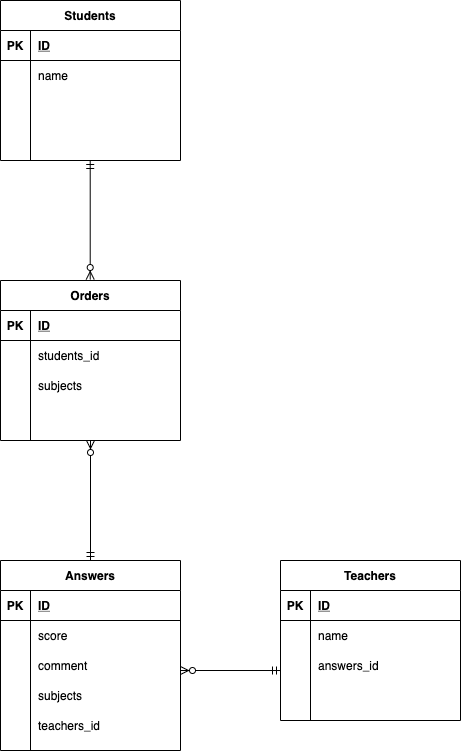
pcrmckp/table_design keeps this draw.io diagram as index.drawio.png. Above is the earlier version. Source tidied: cells renumbered, new cells last; positions are measured from the earlier drawing's top-left corner, leaving out a move shared by most shapes.
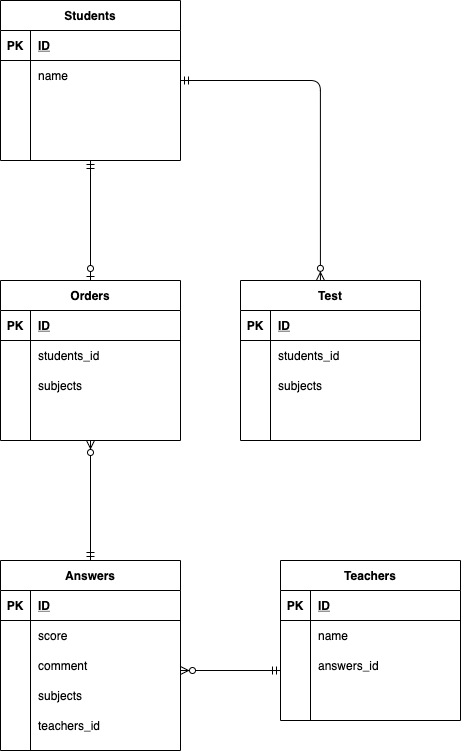
After the change.

Change to the diagram source:
```diff
@@ -167,12 +167,6 @@
     <mxCell id="56" value="teachers_id" style="shape=partialRectangle;fillColor=none;top=0;left=0;bottom=0;right=0;align=left;spacingLeft=6;overflow=hidden;" parent="54" vertex="1">
       <mxGeometry x="30" width="150" height="30" as="geometry" />
     </mxCell>
-    <mxCell id="57" style="fontSize=12;html=1;endArrow=ERzeroToMany;startArrow=ERmandOne;" parent="1" edge="1">
-      <mxGeometry relative="1" as="geometry">
-        <mxPoint x="89.7" y="160" as="sourcePoint" />
-        <mxPoint x="89.7" y="279" as="targetPoint" />
-      </mxGeometry>
-    </mxCell>
     <mxCell id="58" style="fontSize=12;html=1;endArrow=ERzeroToMany;startArrow=ERmandOne;exitX=0;exitY=0.667;exitDx=0;exitDy=0;exitPerimeter=0;" parent="1" edge="1" source="22">
       <mxGeometry relative="1" as="geometry">
         <mxPoint x="180" y="670" as="targetPoint" />
@@ -183,5 +177,52 @@
         <mxPoint x="90" y="560" as="sourcePoint" />
       </mxGeometry>
     </mxCell>
+    <mxCell id="60" style="fontSize=12;html=1;endArrow=ERzeroToOne;startArrow=ERmandOne;entryX=0.5;entryY=0;entryDx=0;entryDy=0;exitX=0.5;exitY=1;exitDx=0;exitDy=0;" parent="1" edge="1" source="2" target="28">
+      <mxGeometry relative="1" as="geometry" />
+    </mxCell>
+    <mxCell id="61" value="Test" style="shape=table;startSize=30;rowLines=0;fontStyle=1;align=center;" parent="1" vertex="1">
+      <mxGeometry x="240" y="280" width="180" height="160" as="geometry" />
+    </mxCell>
+    <mxCell id="62" style="shape=partialRectangle;fillColor=none;top=0;left=0;bottom=1;right=0;" parent="61" vertex="1">
+      <mxGeometry y="30" width="180" height="30" as="geometry" />
+    </mxCell>
+    <mxCell id="63" value="PK" style="shape=partialRectangle;fillColor=none;top=0;left=0;bottom=0;right=0;fontStyle=1;overflow=hidden;" parent="62" vertex="1">
+      <mxGeometry width="30" height="30" as="geometry" />
+    </mxCell>
+    <mxCell id="64" value="ID" style="shape=partialRectangle;fillColor=none;top=0;left=0;bottom=0;right=0;align=left;spacingLeft=6;fontStyle=5;overflow=hidden;" parent="62" vertex="1">
+      <mxGeometry x="30" width="150" height="30" as="geometry" />
+    </mxCell>
+    <mxCell id="65" style="shape=partialRectangle;fillColor=none;top=0;left=0;bottom=0;right=0;" parent="61" vertex="1">
+      <mxGeometry y="60" width="180" height="30" as="geometry" />
+    </mxCell>
+    <mxCell id="66" style="shape=partialRectangle;fillColor=none;top=0;left=0;bottom=0;right=0;overflow=hidden;" parent="65" vertex="1">
+      <mxGeometry width="30" height="30" as="geometry" />
+    </mxCell>
+    <mxCell id="67" value="students_id" style="shape=partialRectangle;fillColor=none;top=0;left=0;bottom=0;right=0;align=left;spacingLeft=6;overflow=hidden;" parent="65" vertex="1">
+      <mxGeometry x="30" width="150" height="30" as="geometry" />
+    </mxCell>
+    <mxCell id="68" style="shape=partialRectangle;fillColor=none;top=0;left=0;bottom=0;right=0;" parent="61" vertex="1">
+      <mxGeometry y="90" width="180" height="30" as="geometry" />
+    </mxCell>
+    <mxCell id="69" style="shape=partialRectangle;fillColor=none;top=0;left=0;bottom=0;right=0;overflow=hidden;" parent="68" vertex="1">
+      <mxGeometry width="30" height="30" as="geometry" />
+    </mxCell>
+    <mxCell id="70" value="subjects" style="shape=partialRectangle;fillColor=none;top=0;left=0;bottom=0;right=0;align=left;spacingLeft=6;overflow=hidden;" parent="68" vertex="1">
+      <mxGeometry x="30" width="150" height="30" as="geometry" />
+    </mxCell>
+    <mxCell id="71" style="shape=partialRectangle;fillColor=none;top=0;left=0;bottom=0;right=0;" parent="61" vertex="1">
+      <mxGeometry y="120" width="180" height="30" as="geometry" />
+    </mxCell>
+    <mxCell id="72" style="shape=partialRectangle;fillColor=none;top=0;left=0;bottom=0;right=0;overflow=hidden;" parent="71" vertex="1">
+      <mxGeometry width="30" height="30" as="geometry" />
+    </mxCell>
+    <mxCell id="73" style="shape=partialRectangle;fillColor=none;top=0;left=0;bottom=0;right=0;align=left;spacingLeft=6;overflow=hidden;" parent="71" vertex="1">
+      <mxGeometry x="30" width="150" height="30" as="geometry" />
+    </mxCell>
+    <mxCell id="74" style="edgeStyle=orthogonalEdgeStyle;fontSize=12;html=1;endArrow=ERzeroToMany;startArrow=ERmandOne;entryX=0.444;entryY=-0.001;entryDx=0;entryDy=0;entryPerimeter=0;" parent="1" edge="1" target="61">
+      <mxGeometry relative="1" as="geometry">
+        <mxPoint x="180" y="80" as="sourcePoint" />
+      </mxGeometry>
+    </mxCell>
   </root>
 </mxGraphModel>
```
